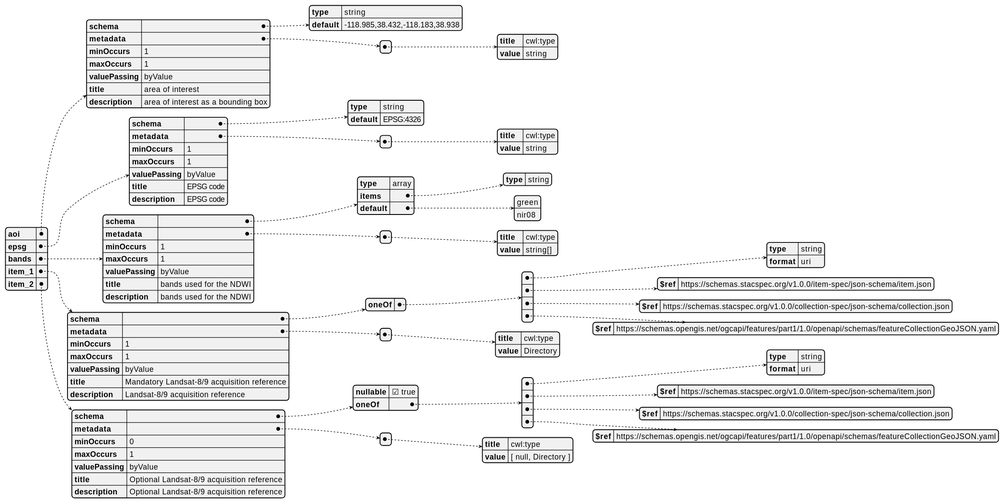
This is docs/pattern-7/ogc_processes_inputs.svg from eoap/application-package-patterns, a PlantUML export, as it was before one commit. Source of this version:
```plantuml
@startjson
{
  "aoi": {
    "schema": {
      "type": "string",
      "default": "-118.985,38.432,-118.183,38.938"
    },
    "metadata": [
      {
        "title": "cwl:type",
        "value": "string"
      }
    ],
    "minOccurs": 1,
    "maxOccurs": 1,
    "valuePassing": "byValue",
    "title": "area of interest",
    "description": "area of interest as a bounding box"
  },
  "epsg": {
    "schema": {
      "type": "string",
      "default": "EPSG:4326"
    },
    "metadata": [
      {
        "title": "cwl:type",
        "value": "string"
      }
    ],
    "minOccurs": 1,
    "maxOccurs": 1,
    "valuePassing": "byValue",
    "title": "EPSG code",
    "description": "EPSG code"
  },
  "bands": {
    "schema": {
      "type": "array",
      "items": {
        "type": "string"
      },
      "default": [
        "green",
        "nir08"
      ]
    },
    "metadata": [
      {
        "title": "cwl:type",
        "value": "string[]"
      }
    ],
    "minOccurs": 1,
    "maxOccurs": 1,
    "valuePassing": "byValue",
    "title": "bands used for the NDWI",
    "description": "bands used for the NDWI"
  },
  "item_1": {
    "schema": {
      "oneOf": [
        {
          "type": "string",
          "format": "uri"
        },
        {
          "$ref": "https://schemas.stacspec.org/v1.0.0/item-spec/json-schema/item.json"
        },
        {
          "$ref": "https://schemas.stacspec.org/v1.0.0/collection-spec/json-schema/collection.json"
        },
        {
          "$ref": "https://schemas.opengis.net/ogcapi/features/part1/1.0/openapi/schemas/featureCollectionGeoJSON.yaml"
        }
      ]
    },
    "metadata": [
      {
        "title": "cwl:type",
        "value": "Directory"
      }
    ],
    "minOccurs": 1,
    "maxOccurs": 1,
    "valuePassing": "byValue",
    "title": "Mandatory Landsat-8/9 acquisition reference",
    "description": "Landsat-8/9 acquisition reference"
  },
  "item_2": {
    "schema": {
      "nullable": true,
      "oneOf": [
        {
          "type": "string",
          "format": "uri"
        },
        {
          "$ref": "https://schemas.stacspec.org/v1.0.0/item-spec/json-schema/item.json"
        },
        {
          "$ref": "https://schemas.stacspec.org/v1.0.0/collection-spec/json-schema/collection.json"
        },
        {
          "$ref": "https://schemas.opengis.net/ogcapi/features/part1/1.0/openapi/schemas/featureCollectionGeoJSON.yaml"
        }
      ]
    },
    "metadata": [
      {
        "title": "cwl:type",
        "value": "[ null, Directory ]"
      }
    ],
    "minOccurs": 0,
    "maxOccurs": 1,
    "valuePassing": "byValue",
    "title": "Optional Landsat-8/9 acquisition reference",
    "description": "Optional Landsat-8/9 acquisition reference"
  }
}
@endjson
```
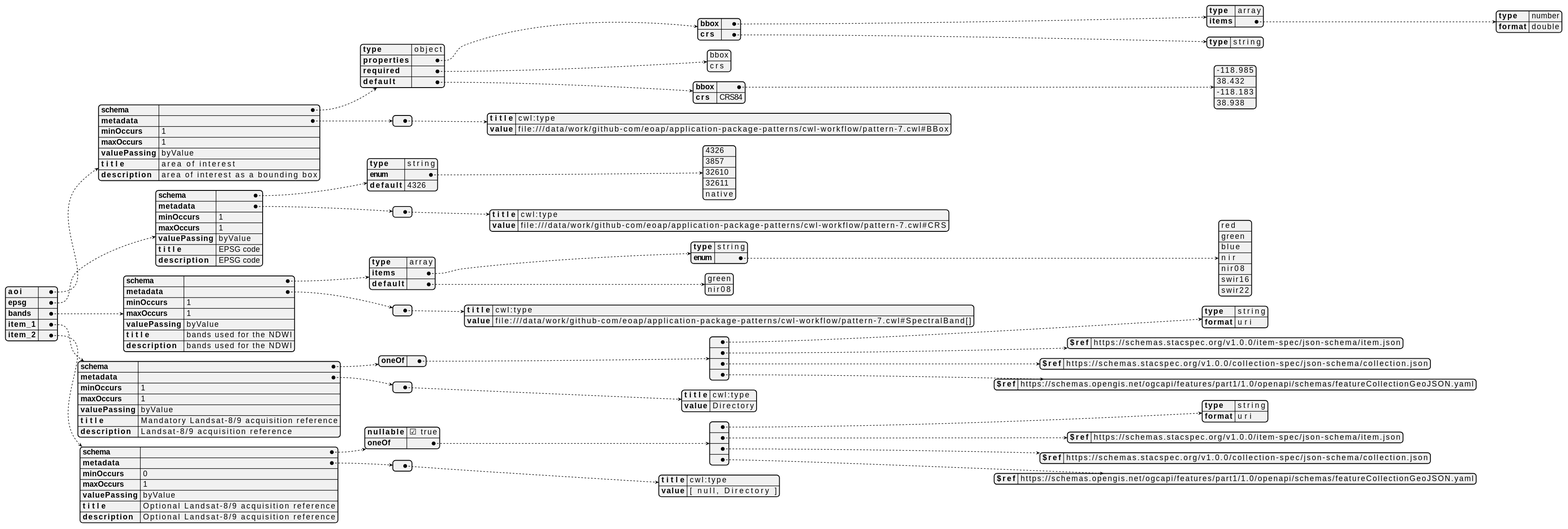
The same diagram one commit later.

What changed in the source:
```diff
@@ -2,13 +2,37 @@
 {
   "aoi": {
     "schema": {
-      "type": "string",
-      "default": "-118.985,38.432,-118.183,38.938"
+      "type": "object",
+      "properties": {
+        "bbox": {
+          "type": "array",
+          "items": {
+            "type": "number",
+            "format": "double"
+          }
+        },
+        "crs": {
+          "type": "string"
+        }
+      },
+      "required": [
+        "bbox",
+        "crs"
+      ],
+      "default": {
+        "bbox": [
+          -118.985,
+          38.432,
+          -118.183,
+          38.938
+        ],
+        "crs": "CRS84"
+      }
     },
     "metadata": [
       {
         "title": "cwl:type",
-        "value": "string"
+        "value": "file:///data/work/github-com/eoap/application-package-patterns/cwl-workflow/pattern-7.cwl#BBox"
       }
     ],
     "minOccurs": 1,
@@ -20,12 +44,19 @@
   "epsg": {
     "schema": {
       "type": "string",
-      "default": "EPSG:4326"
+      "enum": [
+        "4326",
+        "3857",
+        "32610",
+        "32611",
+        "native"
+      ],
+      "default": "4326"
     },
     "metadata": [
       {
         "title": "cwl:type",
-        "value": "string"
+        "value": "file:///data/work/github-com/eoap/application-package-patterns/cwl-workflow/pattern-7.cwl#CRS"
       }
     ],
     "minOccurs": 1,
@@ -38,7 +69,16 @@
     "schema": {
       "type": "array",
       "items": {
-        "type": "string"
+        "type": "string",
+        "enum": [
+          "red",
+          "green",
+          "blue",
+          "nir",
+          "nir08",
+          "swir16",
+          "swir22"
+        ]
       },
       "default": [
         "green",
@@ -48,7 +88,7 @@
     "metadata": [
       {
         "title": "cwl:type",
-        "value": "string[]"
+        "value": "file:///data/work/github-com/eoap/application-package-patterns/cwl-workflow/pattern-7.cwl#SpectralBand[]"
       }
     ],
     "minOccurs": 1,
```
